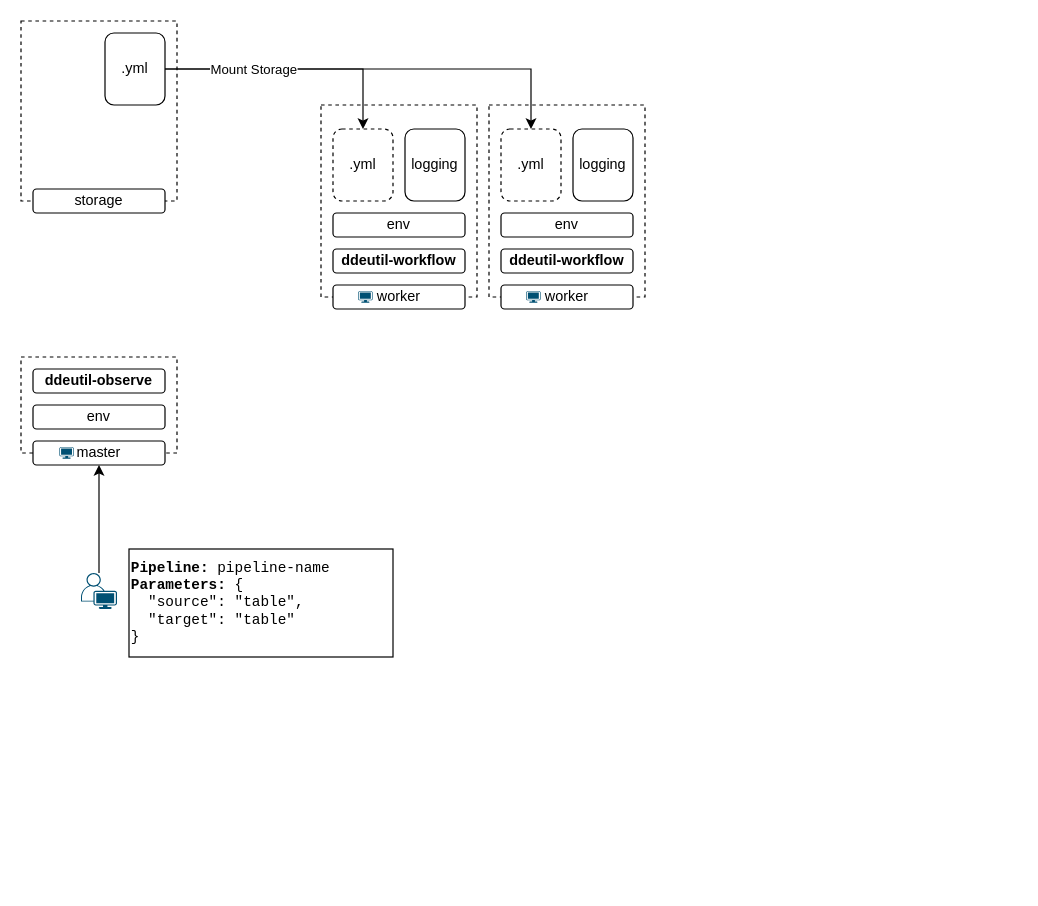
Before: page "component" (1 of 2) of docs/assets/diagram.drawio in ddeutils/ddeutil-workflow, a draw.io diagram. Source tidied: cells renumbered, new cells numbered last; positions are measured from the earlier drawing's top-left corner, leaving out a move shared by most shapes. Both pictures are drawn from the tidied source at 120%, with x=0, y=0 at pixel (20, 20).
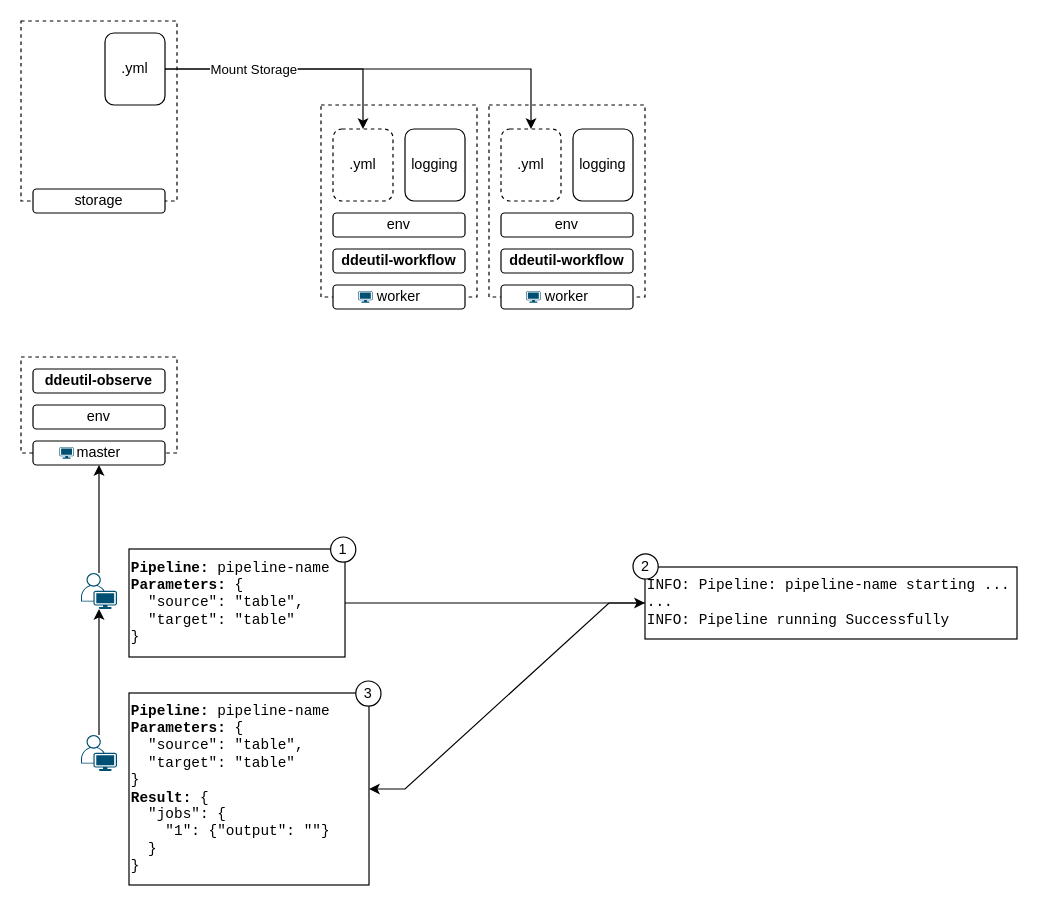
The same diagram, later.

Commit message (it also covers changes not shown here):
:construction: refactored: move validate on key in pipeline to classmethod.

Unchanged cells that the change refers to:
```xml
<mxCell id="25" style="points=[[0.35,0,0],[0.98,0.51,0],[1,0.71,0],[0.67,1,0],[0,0.795,0],[0,0.65,0]];verticalLabelPosition=bottom;sketch=0;html=1;verticalAlign=top;align=center;shape=mxgraph.cisco19.user;fillColor=#005073;strokeColor=none;" parent="1" vertex="1">
  <mxGeometry x="50" y="460" width="30" height="30" as="geometry" />
</mxCell>
```

What changed in the source:
```diff
@@
+    <mxCell id="30" style="edgeStyle=entityRelationEdgeStyle;rounded=0;jettySize=auto;html=1;" parent="1" edge="1" source="27" target="32">
+      <mxGeometry relative="1" as="geometry" />
+    </mxCell>
     <mxCell id="27" value="&lt;b&gt;Pipeline:&lt;/b&gt; pipeline-name&lt;div&gt;&lt;b&gt;Parameters:&lt;/b&gt; {&lt;/div&gt;&lt;div&gt;&amp;nbsp; &quot;source&quot;: &quot;table&quot;,&lt;/div&gt;&lt;div&gt;&amp;nbsp; &quot;target&quot;: &quot;table&quot;&lt;/div&gt;&lt;div&gt;}&lt;/div&gt;" style="rounded=0;whiteSpace=wrap;html=1;align=left;fontFamily=Courier New;" parent="1" vertex="1">
-      <mxGeometry x="90" y="440" width="220" height="90" as="geometry" />
+      <mxGeometry x="90" y="440" width="180" height="90" as="geometry" />
     </mxCell>
@@
+    <mxCell id="31" style="edgeStyle=entityRelationEdgeStyle;rounded=0;jettySize=auto;html=1;entryX=1;entryY=0.5;entryDx=0;entryDy=0;" parent="1" edge="1" source="32" target="33">
+      <mxGeometry relative="1" as="geometry" />
+    </mxCell>
+    <mxCell id="32" value="&lt;span style=&quot;font-weight: normal;&quot;&gt;INFO: Pipeline: pipeline-name starting ...&lt;/span&gt;&lt;div&gt;&lt;span style=&quot;font-weight: normal;&quot;&gt;...&lt;/span&gt;&lt;/div&gt;&lt;div&gt;&lt;span style=&quot;font-weight: normal;&quot;&gt;INFO: Pipeline running Successfully&lt;/span&gt;&lt;/div&gt;" style="rounded=0;whiteSpace=wrap;html=1;align=left;fontFamily=Courier New;fontStyle=1;" parent="1" vertex="1">
+      <mxGeometry x="520" y="455" width="310" height="60" as="geometry" />
+    </mxCell>
+    <mxCell id="33" value="&lt;b&gt;Pipeline:&lt;/b&gt; pipeline-name&lt;div&gt;&lt;b&gt;Parameters:&lt;/b&gt; {&lt;/div&gt;&lt;div&gt;&amp;nbsp; &quot;source&quot;: &quot;table&quot;,&lt;/div&gt;&lt;div&gt;&amp;nbsp; &quot;target&quot;: &quot;table&quot;&lt;/div&gt;&lt;div&gt;}&lt;/div&gt;&lt;div&gt;&lt;b&gt;Result:&lt;/b&gt; {&lt;/div&gt;&lt;div&gt;&amp;nbsp; &quot;jobs&quot;: {&lt;/div&gt;&lt;div&gt;&amp;nbsp; &amp;nbsp; &quot;1&quot;: {&quot;output&quot;: &quot;&quot;}&lt;/div&gt;&lt;div&gt;&amp;nbsp; }&lt;br&gt;&lt;/div&gt;&lt;div&gt;}&lt;/div&gt;" style="rounded=0;whiteSpace=wrap;html=1;align=left;fontFamily=Courier New;" parent="1" vertex="1">
+      <mxGeometry x="90" y="560" width="200" height="160" as="geometry" />
+    </mxCell>
+    <mxCell id="34" style="edgeStyle=orthogonalEdgeStyle;rounded=0;jettySize=auto;html=1;" parent="1" edge="1" source="35" target="25">
+      <mxGeometry relative="1" as="geometry" />
+    </mxCell>
+    <mxCell id="35" style="points=[[0.35,0,0],[0.98,0.51,0],[1,0.71,0],[0.67,1,0],[0,0.795,0],[0,0.65,0]];verticalLabelPosition=bottom;sketch=0;html=1;verticalAlign=top;align=center;shape=mxgraph.cisco19.user;fillColor=#005073;strokeColor=none;" parent="1" vertex="1">
+      <mxGeometry x="50" y="595" width="30" height="30" as="geometry" />
+    </mxCell>
+    <mxCell id="36" value="1" style="ellipse;whiteSpace=wrap;html=1;" parent="1" vertex="1">
+      <mxGeometry x="258" y="430" width="21" height="21" as="geometry" />
+    </mxCell>
+    <mxCell id="37" value="2" style="ellipse;whiteSpace=wrap;html=1;" parent="1" vertex="1">
+      <mxGeometry x="510" y="444" width="21" height="21" as="geometry" />
+    </mxCell>
+    <mxCell id="38" value="3" style="ellipse;whiteSpace=wrap;html=1;" parent="1" vertex="1">
+      <mxGeometry x="279" y="550" width="21" height="21" as="geometry" />
+    </mxCell>
```
